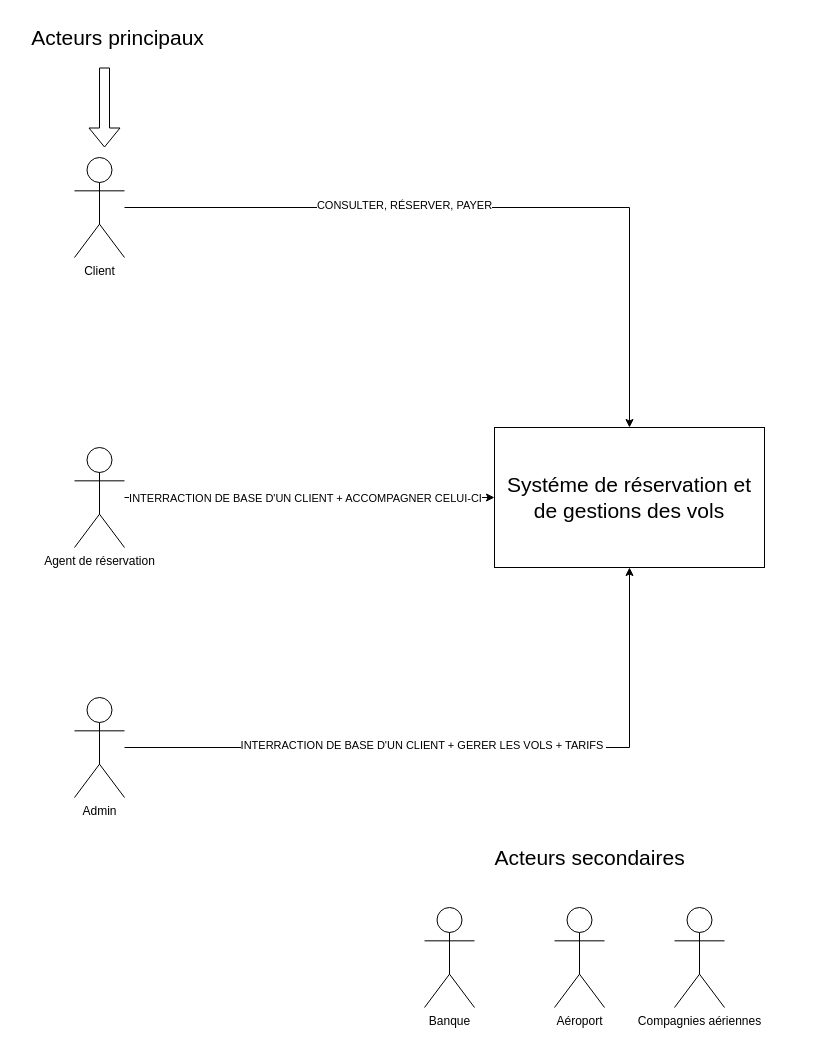
Before: Diagramme uml .drawio in MarioLeZinZin/TD_UML, a draw.io diagram. Source tidied: cells renumbered, new cells numbered last; positions are measured from the earlier drawing's top-left corner, leaving out a move shared by most shapes. Both pictures are drawn from the tidied source at 100%, with x=0, y=0 at pixel (17, 17).
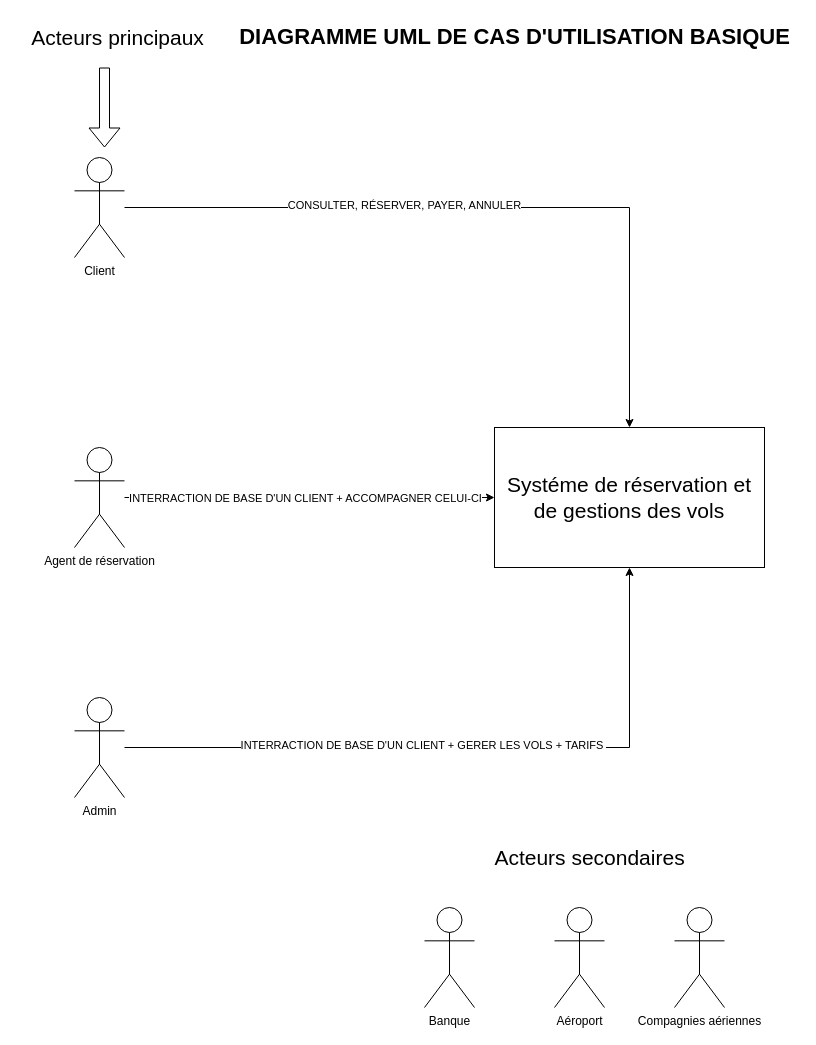
Above is the later version.

Commit message:
Ajout titre

Unchanged cells that the change refers to:
```xml
<mxCell id="5" style="edgeStyle=orthogonalEdgeStyle;rounded=0;jettySize=auto;html=1;" parent="1" edge="1" source="7" target="11">
  <mxGeometry relative="1" as="geometry" />
</mxCell>
```

Diff of the diagram source:
```diff
@@
-    <mxCell id="6" value="CONSULTER, RÉSERVER, PAYER" style="edgeLabel;html=1;align=center;verticalAlign=middle;" parent="5" vertex="1">
+    <mxCell id="6" value="CONSULTER, RÉSERVER, PAYER, ANNULER" style="edgeLabel;html=1;align=center;verticalAlign=middle;" parent="5" vertex="1">
       <mxGeometry x="-0.23" y="3" relative="1" as="geometry" />
     </mxCell>
@@
+    <mxCell id="18" value="&lt;font style=&quot;font-size: 22px;&quot;&gt;&lt;b&gt;DIAGRAMME UML DE CAS D'UTILISATION BASIQUE&lt;/b&gt;&lt;/font&gt;" style="text;html=1;align=center;verticalAlign=middle;strokeColor=none;fillColor=none;" parent="1" vertex="1">
+      <mxGeometry x="212" width="570" height="40" as="geometry" />
+    </mxCell>
```
